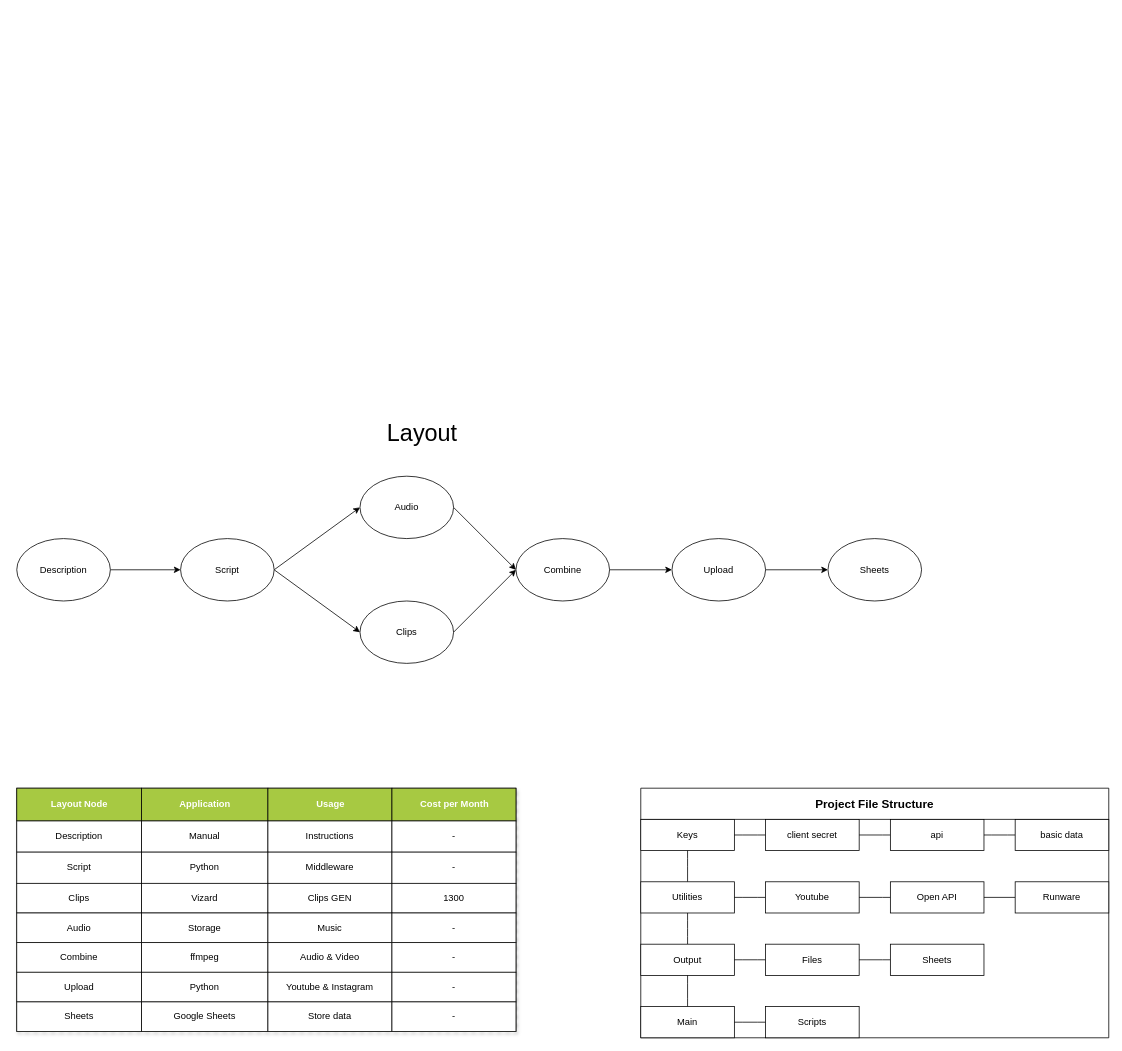
Before: CineFlow.drawio in gudeychaitanya147/Project_CineFlow, a draw.io diagram. Source tidied: cells renumbered, new cells numbered last; positions are measured from the earlier drawing's top-left corner, leaving out a move shared by most shapes. Both pictures are drawn from the tidied source at 78%, with x=0, y=0 at pixel (16, 421).
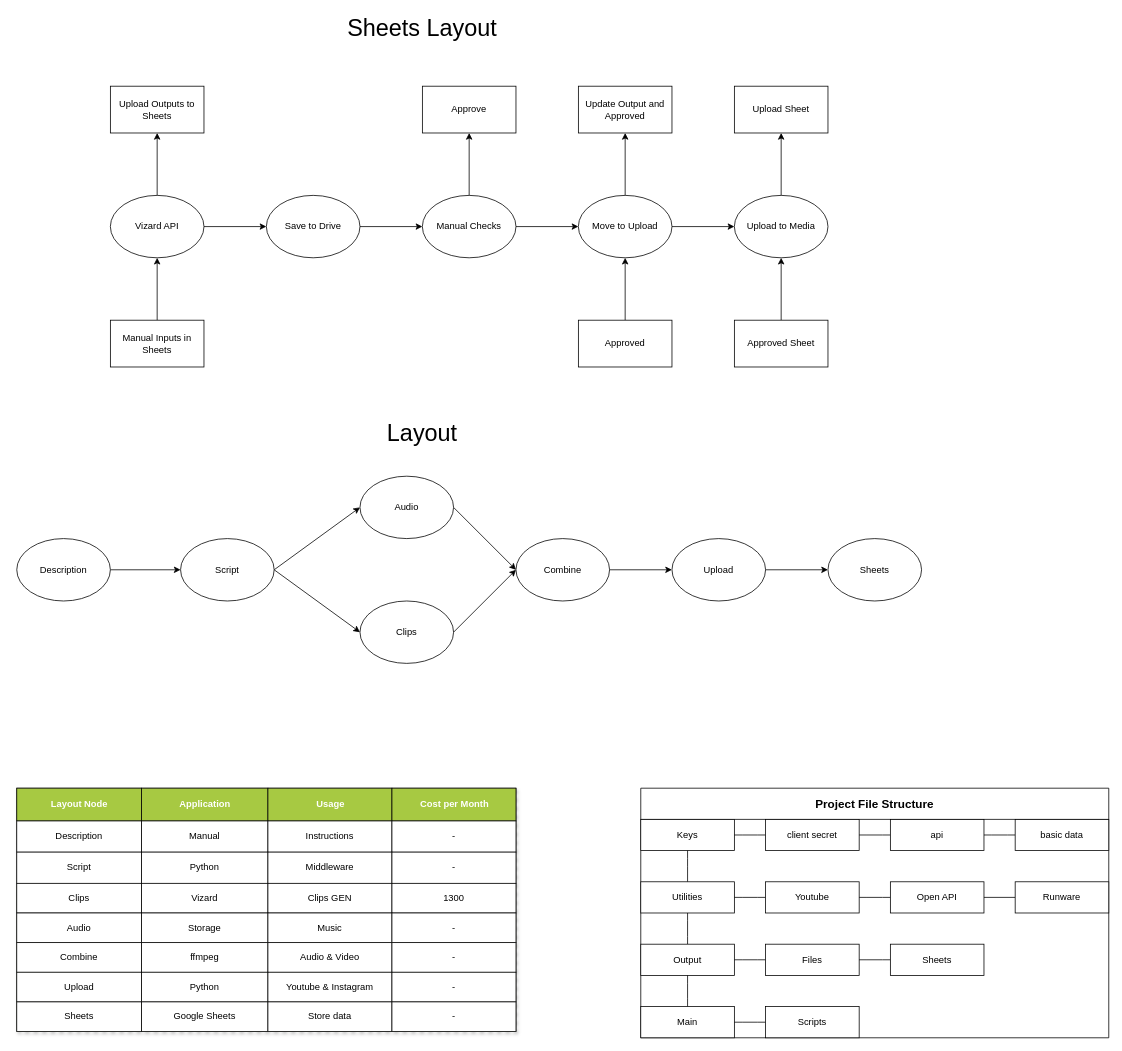
After the change.

What changed in the source:
```diff
@@
+    <mxCell id="84" style="edgeStyle=none;html=1;exitX=1;exitY=0.5;exitDx=0;exitDy=0;entryX=0;entryY=0.5;entryDx=0;entryDy=0;" parent="1" edge="1" source="86" target="88">
+      <mxGeometry relative="1" as="geometry" />
+    </mxCell>
+    <mxCell id="85" style="edgeStyle=none;html=1;exitX=0.5;exitY=0;exitDx=0;exitDy=0;entryX=0.5;entryY=1;entryDx=0;entryDy=0;" parent="1" edge="1" source="86" target="99">
+      <mxGeometry relative="1" as="geometry" />
+    </mxCell>
+    <mxCell id="86" value="Vizard API" style="ellipse;whiteSpace=wrap;html=1;" parent="1" vertex="1">
+      <mxGeometry x="120" y="-290" width="120" height="80" as="geometry" />
+    </mxCell>
+    <mxCell id="87" style="edgeStyle=none;html=1;exitX=1;exitY=0.5;exitDx=0;exitDy=0;entryX=0;entryY=0.5;entryDx=0;entryDy=0;" parent="1" edge="1" source="88" target="91">
+      <mxGeometry relative="1" as="geometry" />
+    </mxCell>
+    <mxCell id="88" value="Save to Drive" style="ellipse;whiteSpace=wrap;html=1;" parent="1" vertex="1">
+      <mxGeometry x="320" y="-290" width="120" height="80" as="geometry" />
+    </mxCell>
+    <mxCell id="89" style="edgeStyle=none;html=1;exitX=1;exitY=0.5;exitDx=0;exitDy=0;entryX=0;entryY=0.5;entryDx=0;entryDy=0;" parent="1" edge="1" source="91" target="94">
+      <mxGeometry relative="1" as="geometry" />
+    </mxCell>
+    <mxCell id="90" style="edgeStyle=none;html=1;exitX=0.5;exitY=0;exitDx=0;exitDy=0;entryX=0.5;entryY=1;entryDx=0;entryDy=0;" parent="1" edge="1" source="91" target="100">
+      <mxGeometry relative="1" as="geometry" />
+    </mxCell>
+    <mxCell id="91" value="Manual Checks" style="ellipse;whiteSpace=wrap;html=1;" parent="1" vertex="1">
+      <mxGeometry x="520" y="-290" width="120" height="80" as="geometry" />
+    </mxCell>
+    <mxCell id="92" style="edgeStyle=none;html=1;exitX=1;exitY=0.5;exitDx=0;exitDy=0;entryX=0;entryY=0.5;entryDx=0;entryDy=0;" parent="1" edge="1" source="94" target="96">
+      <mxGeometry relative="1" as="geometry" />
+    </mxCell>
+    <mxCell id="93" style="edgeStyle=none;html=1;exitX=0.5;exitY=0;exitDx=0;exitDy=0;entryX=0.5;entryY=1;entryDx=0;entryDy=0;" parent="1" edge="1" source="94" target="103">
+      <mxGeometry relative="1" as="geometry" />
+    </mxCell>
+    <mxCell id="94" value="Move to Upload" style="ellipse;whiteSpace=wrap;html=1;" parent="1" vertex="1">
+      <mxGeometry x="720" y="-290" width="120" height="80" as="geometry" />
+    </mxCell>
+    <mxCell id="95" style="edgeStyle=none;html=1;exitX=0.5;exitY=0;exitDx=0;exitDy=0;entryX=0.5;entryY=1;entryDx=0;entryDy=0;" parent="1" edge="1" source="96" target="106">
+      <mxGeometry relative="1" as="geometry" />
+    </mxCell>
+    <mxCell id="96" value="Upload to Media" style="ellipse;whiteSpace=wrap;html=1;" parent="1" vertex="1">
+      <mxGeometry x="920" y="-290" width="120" height="80" as="geometry" />
+    </mxCell>
+    <mxCell id="97" style="edgeStyle=none;html=1;exitX=0.5;exitY=0;exitDx=0;exitDy=0;entryX=0.5;entryY=1;entryDx=0;entryDy=0;" parent="1" edge="1" source="98" target="86">
+      <mxGeometry relative="1" as="geometry" />
+    </mxCell>
+    <mxCell id="98" value="Manual Inputs in Sheets" style="rounded=0;whiteSpace=wrap;html=1;" parent="1" vertex="1">
+      <mxGeometry x="120" y="-130" width="120" height="60" as="geometry" />
+    </mxCell>
+    <mxCell id="99" value="Upload Outputs to Sheets" style="rounded=0;whiteSpace=wrap;html=1;" parent="1" vertex="1">
+      <mxGeometry x="120" y="-430" width="120" height="60" as="geometry" />
+    </mxCell>
+    <mxCell id="100" value="Approve" style="rounded=0;whiteSpace=wrap;html=1;" parent="1" vertex="1">
+      <mxGeometry x="520" y="-430" width="120" height="60" as="geometry" />
+    </mxCell>
+    <mxCell id="101" style="edgeStyle=none;html=1;exitX=0.5;exitY=0;exitDx=0;exitDy=0;entryX=0.5;entryY=1;entryDx=0;entryDy=0;" parent="1" edge="1" source="102" target="94">
+      <mxGeometry relative="1" as="geometry" />
+    </mxCell>
+    <mxCell id="102" value="Approved" style="rounded=0;whiteSpace=wrap;html=1;" parent="1" vertex="1">
+      <mxGeometry x="720" y="-130" width="120" height="60" as="geometry" />
+    </mxCell>
+    <mxCell id="103" value="Update Output and Approved" style="rounded=0;whiteSpace=wrap;html=1;" parent="1" vertex="1">
+      <mxGeometry x="720" y="-430" width="120" height="60" as="geometry" />
+    </mxCell>
+    <mxCell id="104" style="edgeStyle=none;html=1;exitX=0.5;exitY=0;exitDx=0;exitDy=0;entryX=0.5;entryY=1;entryDx=0;entryDy=0;" parent="1" edge="1" source="105" target="96">
+      <mxGeometry relative="1" as="geometry" />
+    </mxCell>
+    <mxCell id="105" value="Approved Sheet" style="rounded=0;whiteSpace=wrap;html=1;" parent="1" vertex="1">
+      <mxGeometry x="920" y="-130" width="120" height="60" as="geometry" />
+    </mxCell>
+    <mxCell id="106" value="Upload Sheet" style="rounded=0;whiteSpace=wrap;html=1;" parent="1" vertex="1">
+      <mxGeometry x="920" y="-430" width="120" height="60" as="geometry" />
+    </mxCell>
+    <mxCell id="107" value="&lt;font style=&quot;font-size: 30px;&quot;&gt;Sheets Layout&lt;/font&gt;" style="text;html=1;align=center;verticalAlign=middle;whiteSpace=wrap;rounded=0;" parent="1" vertex="1">
+      <mxGeometry x="420" y="-520" width="200" height="30" as="geometry" />
+    </mxCell>
```
